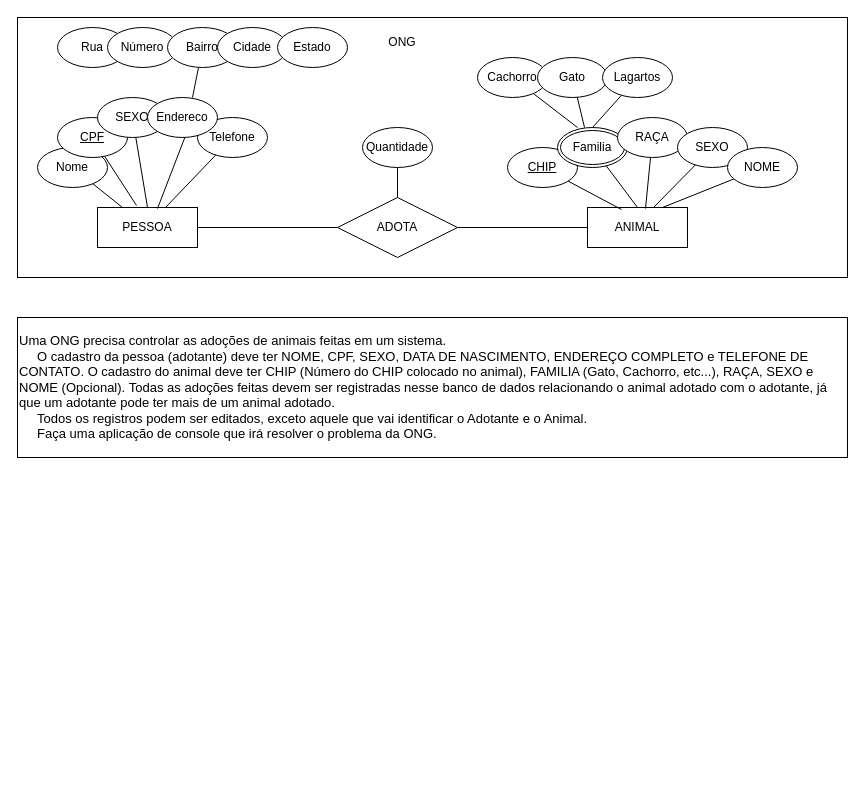
Earlier version of the draw.io diagram ONG_PatinhasFelizes.drawio (giovanirlima/PONG-PATINHAS-FELIZES). Source tidied: cells renumbered, new cells numbered last; positions are measured from the earlier drawing's top-left corner, leaving out a move shared by most shapes. Both pictures are drawn from the tidied source at 100%, with x=0, y=0 at pixel (17, 17).
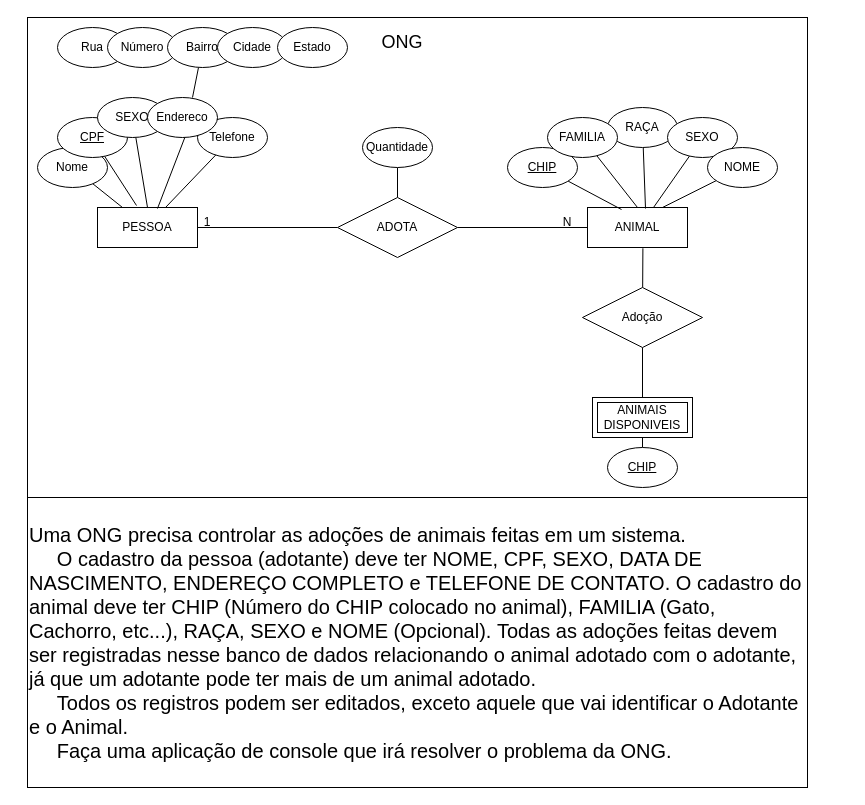
After the change.

Unchanged cells that the change refers to:
```xml
<mxCell id="3" value="ANIMAL" style="whiteSpace=wrap;html=1;align=center;" parent="1" vertex="1">
  <mxGeometry x="570" y="190" width="100" height="40" as="geometry" />
</mxCell>
```

Change to the diagram source:
```diff
@@
-    <mxCell id="2" style="rounded=0;whiteSpace=wrap;html=1;" parent="1" vertex="1">
-      <mxGeometry width="830" height="260" as="geometry" />
-    </mxCell>
+    <mxCell id="44" style="whiteSpace=wrap;html=1;align=center;fontSize=20;" parent="1" vertex="1">
+      <mxGeometry x="10" width="780" height="480" as="geometry" />
+    </mxCell>
@@
-    <mxCell id="22" style="edgeStyle=none;rounded=0;jettySize=auto;html=1;entryX=0.5;entryY=0;entryDx=0;entryDy=0;endArrow=none;endFill=0;" parent="1" edge="1" source="23" target="3">
-      <mxGeometry relative="1" as="geometry" />
-    </mxCell>
-    <mxCell id="23" value="Familia" style="ellipse;shape=doubleEllipse;margin=3;whiteSpace=wrap;html=1;align=center;" parent="1" vertex="1">
-      <mxGeometry x="540" y="110" width="70" height="40" as="geometry" />
-    </mxCell>
-    <mxCell id="24" style="edgeStyle=none;rounded=0;jettySize=auto;html=1;endArrow=none;endFill=0;" parent="1" edge="1" source="25">
-      <mxGeometry relative="1" as="geometry">
-        <mxPoint x="560" y="110" as="targetPoint" />
-      </mxGeometry>
-    </mxCell>
-    <mxCell id="25" value="Cachorro" style="ellipse;whiteSpace=wrap;html=1;" parent="1" vertex="1">
-      <mxGeometry x="460" y="40" width="70" height="40" as="geometry" />
-    </mxCell>
-    <mxCell id="26" style="edgeStyle=none;rounded=0;jettySize=auto;html=1;entryX=0.386;entryY=0;entryDx=0;entryDy=0;entryPerimeter=0;endArrow=none;endFill=0;" parent="1" edge="1" source="27" target="23">
-      <mxGeometry relative="1" as="geometry" />
-    </mxCell>
-    <mxCell id="27" value="Gato" style="ellipse;whiteSpace=wrap;html=1;" parent="1" vertex="1">
-      <mxGeometry x="520" y="40" width="70" height="40" as="geometry" />
-    </mxCell>
-    <mxCell id="28" style="edgeStyle=none;rounded=0;jettySize=auto;html=1;endArrow=none;endFill=0;entryX=0.5;entryY=0;entryDx=0;entryDy=0;" parent="1" edge="1" source="29" target="23">
-      <mxGeometry relative="1" as="geometry" />
-    </mxCell>
-    <mxCell id="29" value="Lagartos" style="ellipse;whiteSpace=wrap;html=1;" parent="1" vertex="1">
-      <mxGeometry x="585" y="40" width="70" height="40" as="geometry" />
-    </mxCell>
@@
     <mxCell id="31" value="RAÇA" style="ellipse;whiteSpace=wrap;html=1;" parent="1" vertex="1">
-      <mxGeometry x="600" y="100" width="70" height="40" as="geometry" />
+      <mxGeometry x="590" y="90" width="70" height="40" as="geometry" />
     </mxCell>
@@
     <mxCell id="33" value="SEXO" style="ellipse;whiteSpace=wrap;html=1;" parent="1" vertex="1">
-      <mxGeometry x="660" y="110" width="70" height="40" as="geometry" />
+      <mxGeometry x="650" y="100" width="70" height="40" as="geometry" />
     </mxCell>
@@
     <mxCell id="35" value="NOME" style="ellipse;whiteSpace=wrap;html=1;" parent="1" vertex="1">
-      <mxGeometry x="710" y="130" width="70" height="40" as="geometry" />
+      <mxGeometry x="690" y="130" width="70" height="40" as="geometry" />
     </mxCell>
@@
-    <mxCell id="41" value="ONG" style="text;html=1;strokeColor=none;fillColor=none;align=center;verticalAlign=middle;whiteSpace=wrap;rounded=0;" parent="1" vertex="1">
+    <mxCell id="41" value="&lt;font style=&quot;font-size: 18px;&quot;&gt;ONG&lt;/font&gt;" style="text;html=1;strokeColor=none;fillColor=none;align=center;verticalAlign=middle;whiteSpace=wrap;rounded=0;" parent="1" vertex="1">
       <mxGeometry x="355" y="10" width="60" height="30" as="geometry" />
     </mxCell>
-    <mxCell id="42" value="&lt;div style=&quot;font-size: 13px;&quot;&gt;&lt;font style=&quot;font-size: 13px;&quot;&gt;Uma ONG precisa controlar as adoções de animais feitas em um sistema.&lt;/font&gt;&lt;/div&gt;&lt;div style=&quot;font-size: 13px;&quot;&gt;&lt;font style=&quot;font-size: 13px;&quot;&gt;&amp;nbsp; &amp;nbsp; &amp;nbsp;O cadastro da pessoa (adotante) deve ter NOME, CPF, SEXO, DATA DE NASCIMENTO, ENDEREÇO COMPLETO e TELEFONE DE CONTATO.&amp;nbsp;&lt;/font&gt;&lt;span style=&quot;background-color: initial;&quot;&gt;O cadastro do animal deve ter CHIP (Número do CHIP colocado no animal), FAMILIA (Gato, Cachorro, etc...), RAÇA, SEXO e NOME (Opcional).&amp;nbsp;&lt;/span&gt;&lt;span style=&quot;background-color: initial;&quot;&gt;Todas as adoções feitas devem ser registradas nesse banco de dados relacionando o animal adotado com o adotante, já que um adotante pode ter mais de um animal adotado.&lt;/span&gt;&lt;/div&gt;&lt;div style=&quot;font-size: 13px;&quot;&gt;&lt;font style=&quot;font-size: 13px;&quot;&gt;&amp;nbsp; &amp;nbsp; &amp;nbsp;Todos os registros podem ser editados, exceto aquele que vai identificar o Adotante e o Animal.&lt;/font&gt;&lt;/div&gt;&lt;div style=&quot;font-size: 13px;&quot;&gt;&lt;font style=&quot;font-size: 13px;&quot;&gt;&amp;nbsp; &amp;nbsp; &amp;nbsp;Faça uma aplicação de console que irá resolver o problema da ONG.&lt;/font&gt;&lt;/div&gt;" style="rounded=0;whiteSpace=wrap;html=1;align=left;" parent="1" vertex="1">
-      <mxGeometry y="300" width="830" height="140" as="geometry" />
+    <mxCell id="42" value="&lt;div style=&quot;font-size: 20px;&quot;&gt;&lt;font style=&quot;font-size: 20px;&quot;&gt;Uma ONG precisa controlar as adoções de animais feitas em um sistema.&lt;/font&gt;&lt;/div&gt;&lt;div style=&quot;font-size: 20px;&quot;&gt;&lt;font style=&quot;font-size: 20px;&quot;&gt;&lt;font style=&quot;font-size: 20px;&quot;&gt;&amp;nbsp; &amp;nbsp; &amp;nbsp;O cadastro da pessoa (adotante) deve ter NOME, CPF, SEXO, DATA DE NASCIMENTO, ENDEREÇO COMPLETO e TELEFONE DE CONTATO.&amp;nbsp;&lt;/font&gt;&lt;span style=&quot;background-color: initial;&quot;&gt;O cadastro do animal deve ter CHIP (Número do CHIP colocado no animal), FAMILIA (Gato, Cachorro, etc...), RAÇA, SEXO e NOME (Opcional).&amp;nbsp;&lt;/span&gt;&lt;span style=&quot;background-color: initial;&quot;&gt;Todas as adoções feitas devem ser registradas nesse banco de dados relacionando o animal adotado com o adotante, já que um adotante pode ter mais de um animal adotado.&lt;/span&gt;&lt;/font&gt;&lt;/div&gt;&lt;div style=&quot;font-size: 20px;&quot;&gt;&lt;font style=&quot;font-size: 20px;&quot;&gt;&amp;nbsp; &amp;nbsp; &amp;nbsp;Todos os registros podem ser editados, exceto aquele que vai identificar o Adotante e o Animal.&lt;/font&gt;&lt;/div&gt;&lt;div style=&quot;font-size: 20px;&quot;&gt;&lt;font style=&quot;font-size: 20px;&quot;&gt;&amp;nbsp; &amp;nbsp; &amp;nbsp;Faça uma aplicação de console que irá resolver o problema da ONG.&lt;/font&gt;&lt;/div&gt;" style="rounded=0;whiteSpace=wrap;html=1;align=left;" parent="1" vertex="1">
+      <mxGeometry x="10" y="480" width="780" height="290" as="geometry" />
     </mxCell>
@@
+    <mxCell id="45" style="edgeStyle=none;rounded=0;jettySize=auto;html=1;entryX=0.5;entryY=0;entryDx=0;entryDy=0;endArrow=none;endFill=0;" parent="1" edge="1" source="46" target="3">
+      <mxGeometry relative="1" as="geometry" />
+    </mxCell>
+    <mxCell id="46" value="FAMILIA" style="ellipse;whiteSpace=wrap;html=1;" parent="1" vertex="1">
+      <mxGeometry x="530" y="100" width="70" height="40" as="geometry" />
+    </mxCell>
+    <mxCell id="47" value="N" style="text;html=1;strokeColor=none;fillColor=none;align=center;verticalAlign=middle;whiteSpace=wrap;rounded=0;" parent="1" vertex="1">
+      <mxGeometry x="520" y="190" width="60" height="30" as="geometry" />
+    </mxCell>
+    <mxCell id="48" value="1" style="text;html=1;strokeColor=none;fillColor=none;align=center;verticalAlign=middle;whiteSpace=wrap;rounded=0;" parent="1" vertex="1">
+      <mxGeometry x="160" y="190" width="60" height="30" as="geometry" />
+    </mxCell>
+    <mxCell id="49" value="ANIMAIS DISPONIVEIS" style="shape=ext;margin=3;double=1;whiteSpace=wrap;html=1;align=center;" parent="1" vertex="1">
+      <mxGeometry x="575" y="380" width="100" height="40" as="geometry" />
+    </mxCell>
+    <mxCell id="50" style="edgeStyle=none;rounded=0;jettySize=auto;html=1;entryX=0.554;entryY=1.02;entryDx=0;entryDy=0;entryPerimeter=0;endArrow=none;endFill=0;" parent="1" edge="1" source="52" target="3">
+      <mxGeometry relative="1" as="geometry" />
+    </mxCell>
+    <mxCell id="51" style="edgeStyle=none;rounded=0;jettySize=auto;html=1;entryX=0.5;entryY=0;entryDx=0;entryDy=0;endArrow=none;endFill=0;" parent="1" edge="1" source="52" target="49">
+      <mxGeometry relative="1" as="geometry" />
+    </mxCell>
+    <mxCell id="52" value="Adoção" style="shape=rhombus;perimeter=rhombusPerimeter;whiteSpace=wrap;html=1;align=center;" parent="1" vertex="1">
+      <mxGeometry x="565" y="270" width="120" height="60" as="geometry" />
+    </mxCell>
+    <mxCell id="53" style="edgeStyle=none;rounded=0;orthogonalLoop=1;jettySize=auto;html=1;entryX=0.5;entryY=0;entryDx=0;entryDy=0;endArrow=none;endFill=0;" parent="1" edge="1" source="52" target="52">
+      <mxGeometry relative="1" as="geometry" />
+    </mxCell>
+    <mxCell id="54" style="edgeStyle=none;rounded=0;jettySize=auto;html=1;entryX=0.5;entryY=1;entryDx=0;entryDy=0;endArrow=none;endFill=0;" parent="1" edge="1" source="55" target="49">
+      <mxGeometry relative="1" as="geometry" />
+    </mxCell>
+    <mxCell id="55" value="&lt;u&gt;CHIP&lt;/u&gt;" style="ellipse;whiteSpace=wrap;html=1;" parent="1" vertex="1">
+      <mxGeometry x="590" y="430" width="70" height="40" as="geometry" />
+    </mxCell>
```
